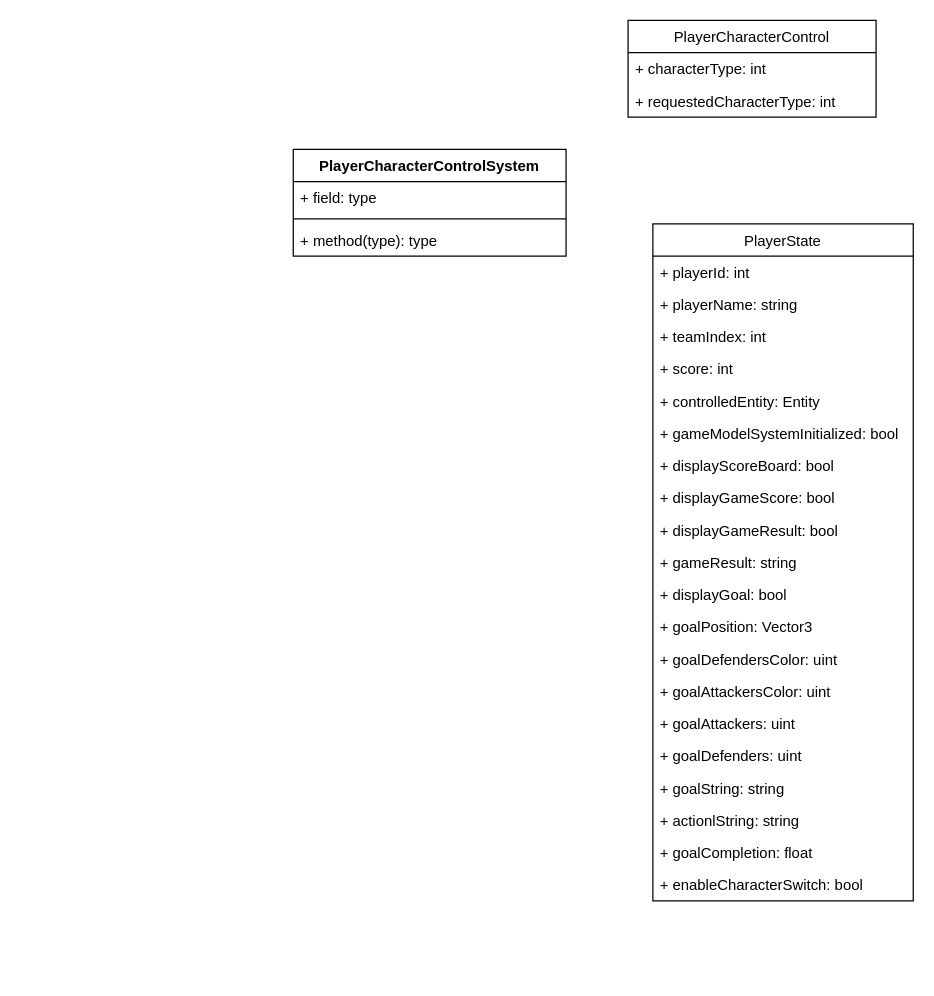
Before: Untitled Diagram.drawio in yulingjie/FPS, a draw.io diagram. Source tidied: cells renumbered, new cells numbered last; positions are measured from the earlier drawing's top-left corner, leaving out a move shared by most shapes. Both pictures are drawn from the tidied source at 124%, with x=0, y=0 at pixel (293, 20).
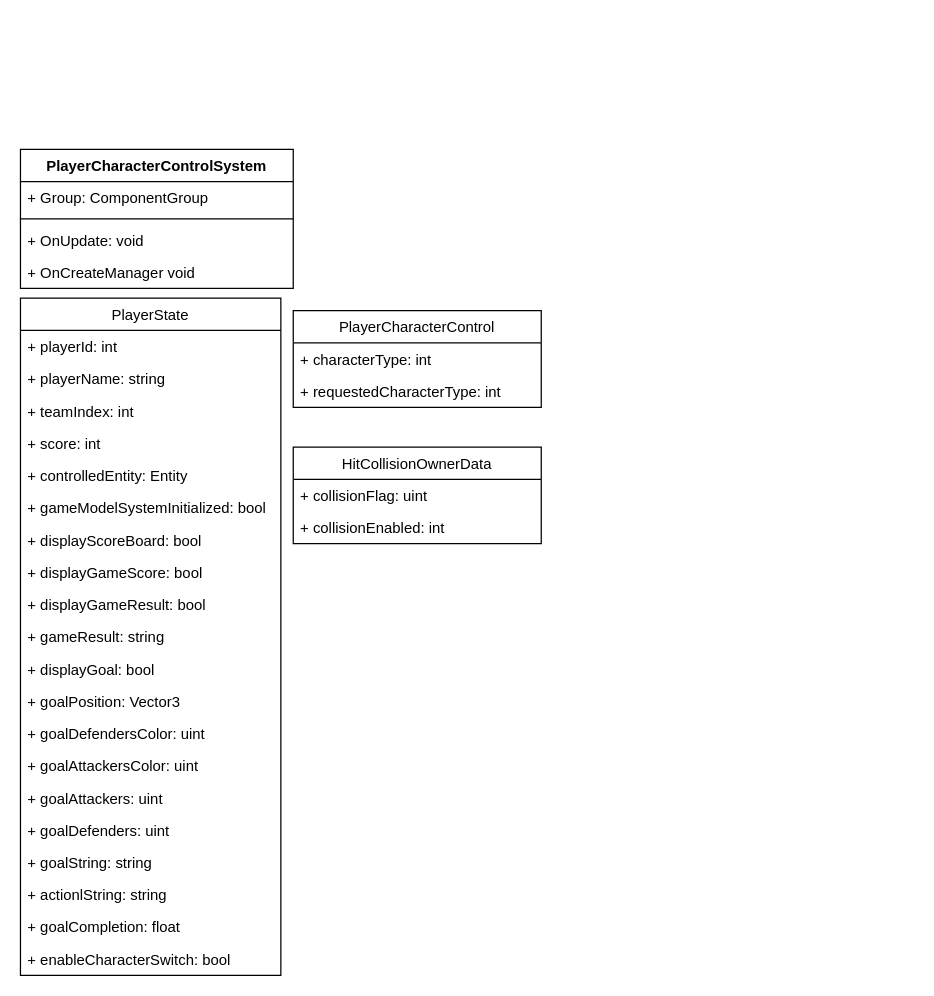
Above is the later version.

What changed in the source:
```diff
@@
     <mxCell id="2" value="PlayerCharacterControlSystem&#10;" style="swimlane;fontStyle=1;align=center;verticalAlign=top;horizontal=1;startSize=26;" parent="1" vertex="1">
-      <mxGeometry y="104" width="220" height="86" as="geometry" />
+      <mxGeometry x="-220" y="104" width="220" height="112" as="geometry" />
     </mxCell>
-    <mxCell id="3" value="+ field: type" style="text;strokeColor=none;fillColor=none;align=left;verticalAlign=top;spacingLeft=4;spacingRight=4;overflow=hidden;" parent="2" vertex="1">
+    <mxCell id="3" value="+ Group: ComponentGroup" style="text;strokeColor=none;fillColor=none;align=left;verticalAlign=top;spacingLeft=4;spacingRight=4;overflow=hidden;" parent="2" vertex="1">
       <mxGeometry y="26" width="220" height="26" as="geometry" />
     </mxCell>
@@
-    <mxCell id="5" value="+ method(type): type" style="text;strokeColor=none;fillColor=none;align=left;verticalAlign=top;spacingLeft=4;spacingRight=4;overflow=hidden;" parent="2" vertex="1">
+    <mxCell id="5" value="+ OnUpdate: void" style="text;strokeColor=none;fillColor=none;align=left;verticalAlign=top;spacingLeft=4;spacingRight=4;overflow=hidden;" parent="2" vertex="1">
       <mxGeometry y="60" width="220" height="26" as="geometry" />
     </mxCell>
+    <mxCell id="30" value="+ OnCreateManager void" style="text;strokeColor=none;fillColor=none;align=left;verticalAlign=top;spacingLeft=4;spacingRight=4;overflow=hidden;" parent="2" vertex="1">
+      <mxGeometry y="86" width="220" height="26" as="geometry" />
+    </mxCell>
     <mxCell id="6" value="PlayerCharacterControl" style="swimlane;fontStyle=0;horizontal=1;startSize=26;fillColor=none;" parent="1" vertex="1">
-      <mxGeometry x="270" width="200" height="78" as="geometry" />
+      <mxGeometry y="234" width="200" height="78" as="geometry" />
     </mxCell>
@@
     <mxCell id="9" value="PlayerState" style="swimlane;fontStyle=0;horizontal=1;startSize=26;fillColor=none;" parent="1" vertex="1">
-      <mxGeometry x="290" y="164" width="210" height="546" as="geometry" />
+      <mxGeometry x="-220" y="224" width="210" height="546" as="geometry" />
     </mxCell>
@@
+    <mxCell id="31" value="HitCollisionOwnerData" style="swimlane;fontStyle=0;horizontal=1;startSize=26;fillColor=none;" parent="1" vertex="1">
+      <mxGeometry y="344" width="200" height="78" as="geometry" />
+    </mxCell>
+    <mxCell id="32" value="+ collisionFlag: uint" style="text;strokeColor=none;fillColor=none;align=left;verticalAlign=top;spacingLeft=4;spacingRight=4;overflow=hidden;" parent="31" vertex="1">
+      <mxGeometry y="26" width="200" height="26" as="geometry" />
+    </mxCell>
+    <mxCell id="33" value="+ collisionEnabled: int" style="text;strokeColor=none;fillColor=none;align=left;verticalAlign=top;spacingLeft=4;spacingRight=4;overflow=hidden;" parent="31" vertex="1">
+      <mxGeometry y="52" width="200" height="26" as="geometry" />
+    </mxCell>
```
